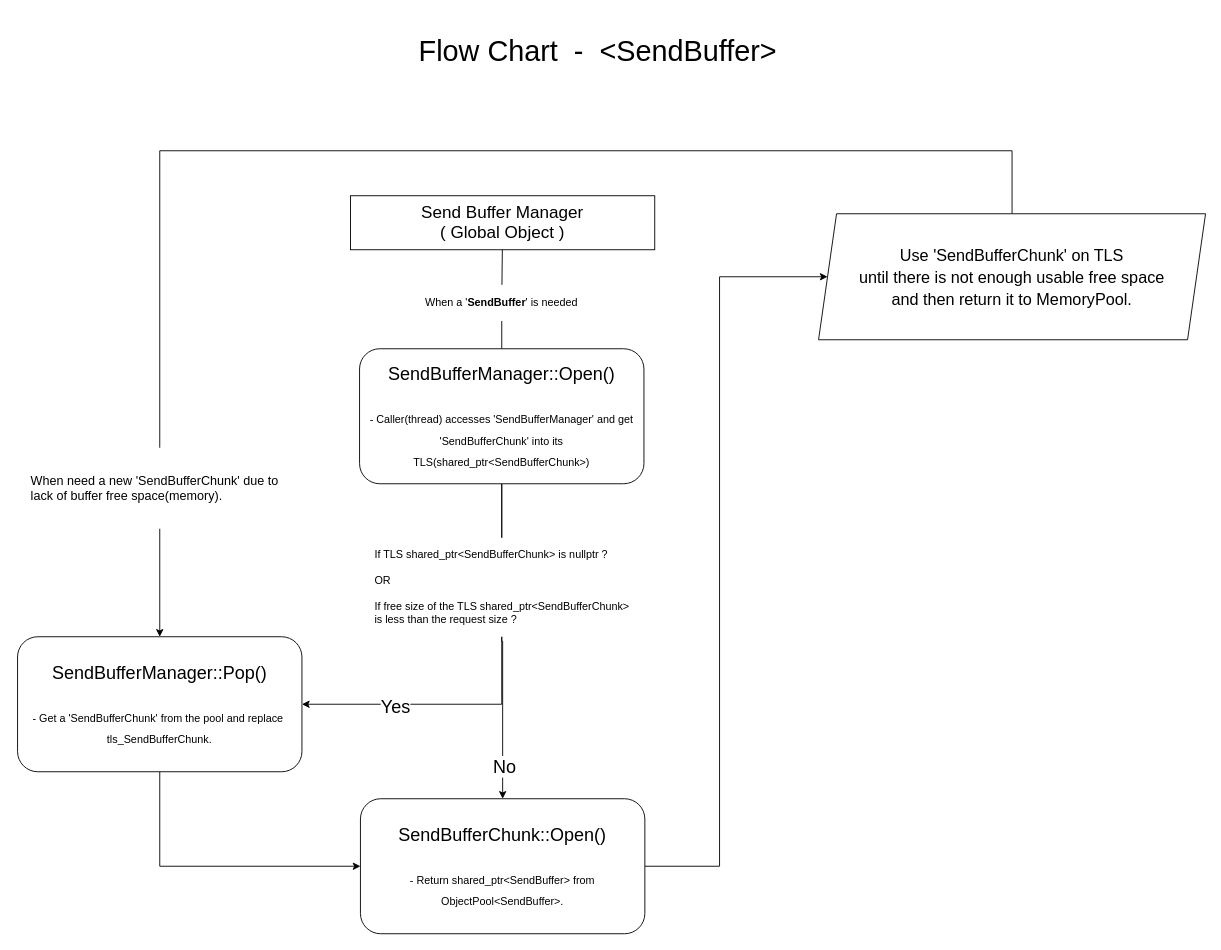
Above: page "Flow Chart(SendBuffer)" (7 of 8) of Class_Diagram(XML).drawio in PARKGIBAEK/CPP_IOCP_Server_Renewal (draw.io), before the change. Source tidied: cells renumbered, new cells numbered last; positions are measured from the earlier drawing's top-left corner, leaving out a move shared by most shapes. Both pictures are drawn from the tidied source at 90%, with x=0, y=0 at pixel (15, 15).
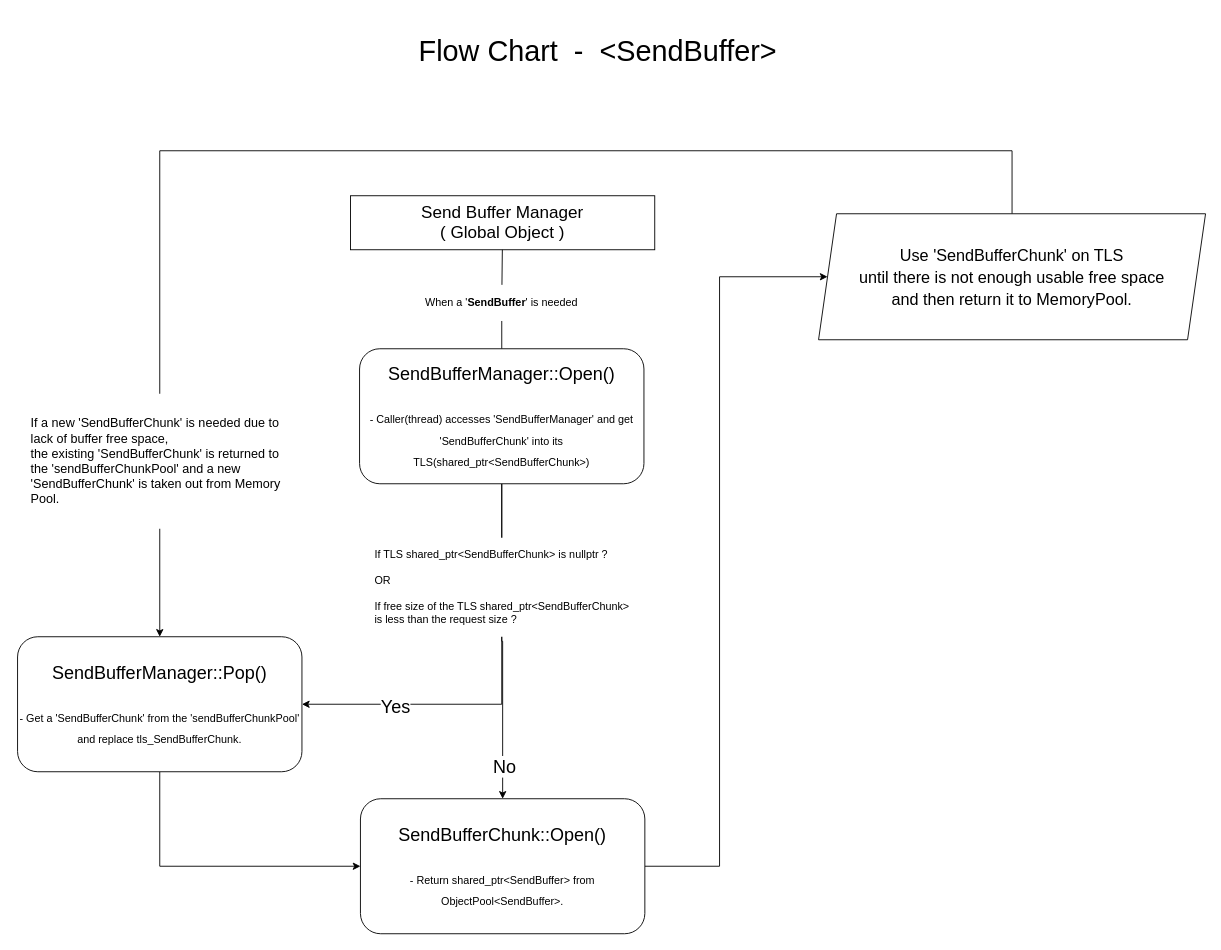
After the change.

Diff of the diagram source:
```diff
@@
-    <mxCell id="11" value="SendBufferManager::Pop()&lt;br&gt;&lt;br&gt;&lt;span style=&quot;font-size: 12px&quot;&gt;- Get a 'SendBufferChunk' from the pool and replace&amp;nbsp; tls_SendBufferChunk.&lt;/span&gt;" style="rounded=1;whiteSpace=wrap;html=1;fontSize=20;" parent="1" vertex="1">
+    <mxCell id="11" value="SendBufferManager::Pop()&lt;br&gt;&lt;br&gt;&lt;span style=&quot;font-size: 12px&quot;&gt;- Get a 'SendBufferChunk' from the 'sendBufferChunkPool' and replace tls_SendBufferChunk.&lt;/span&gt;" style="rounded=1;whiteSpace=wrap;html=1;fontSize=20;" parent="1" vertex="1">
       <mxGeometry x="2" y="690" width="316" height="150" as="geometry" />
     </mxCell>
@@
-    <mxCell id="17" value="&lt;font style=&quot;font-size: 14px&quot;&gt;When need a new 'SendBufferChunk' due to lack of buffer free space(memory).&lt;/font&gt;" style="text;html=1;strokeColor=none;fillColor=default;align=left;verticalAlign=middle;whiteSpace=wrap;rounded=0;spacingLeft=15;spacingRight=15;" parent="1" vertex="1">
-      <mxGeometry y="480" width="318" height="90" as="geometry" />
+    <mxCell id="17" value="&lt;font style=&quot;font-size: 14px&quot;&gt;If a new 'SendBufferChunk' is needed due to lack of buffer free space,&lt;br&gt;the existing 'SendBufferChunk' is returned to the 'sendBufferChunkPool' and a new 'SendBufferChunk' is taken out from Memory Pool.&lt;/font&gt;" style="text;html=1;strokeColor=none;fillColor=default;align=left;verticalAlign=middle;whiteSpace=wrap;rounded=0;spacingLeft=15;spacingRight=15;" parent="1" vertex="1">
+      <mxGeometry y="420" width="318" height="150" as="geometry" />
     </mxCell>
```
